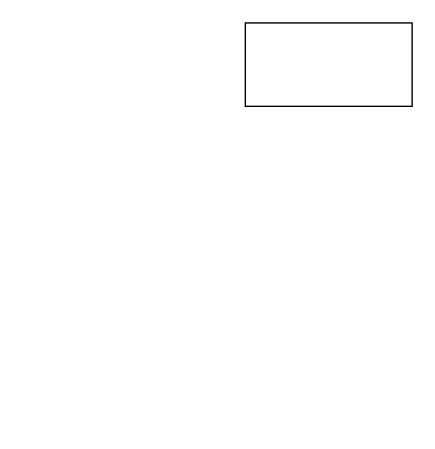
The draw.io diagram Untitled Diagram.drawio in DEVRHEL/Steganography, before the edit. Source tidied: cells renumbered, new cells numbered last; positions are measured from the earlier drawing's top-left corner, leaving out a move shared by most shapes. Both pictures are drawn from the tidied source at 139%, with x=0, y=0 at pixel (245, 22).
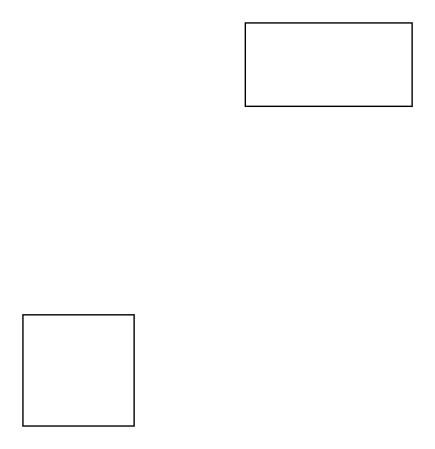
The same page after the edit.

What changed in the source:
```diff
@@
 <mxGraphModel>
   <root>
     <mxCell id="0" />
     <mxCell id="1" parent="0" />
     <mxCell id="2" style="rounded=0;whiteSpace=wrap;html=1;" parent="1" vertex="1">
       <mxGeometry width="120" height="60" as="geometry" />
     </mxCell>
+    <mxCell id="3" style="whiteSpace=wrap;html=1;" parent="1" vertex="1">
+      <mxGeometry x="-160" y="210" width="80" height="80" as="geometry" />
+    </mxCell>
   </root>
 </mxGraphModel>
```
